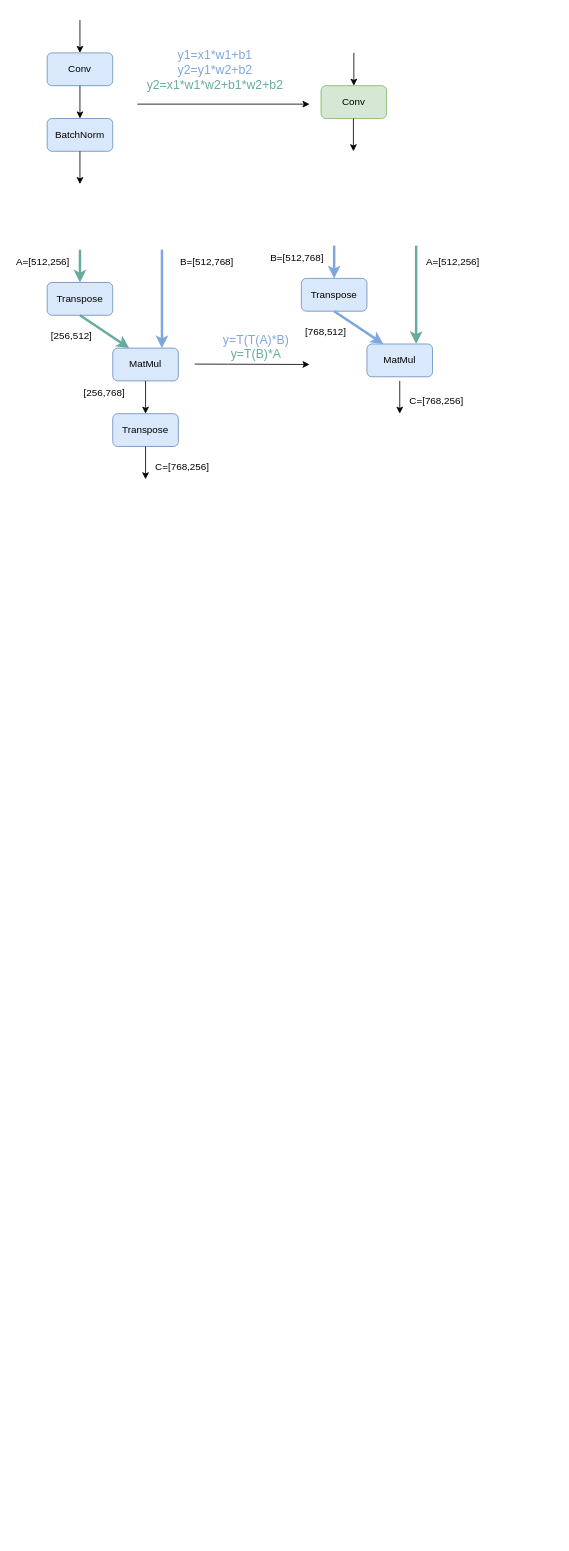
Before: 未命名绘图.drawio in hbwx24/draw.io, a draw.io diagram. Source tidied: cells renumbered, new cells numbered last; positions are measured from the earlier drawing's top-left corner, leaving out a move shared by most shapes. Both pictures are drawn from the tidied source at 82%, with x=0, y=0 at pixel (14, 20).
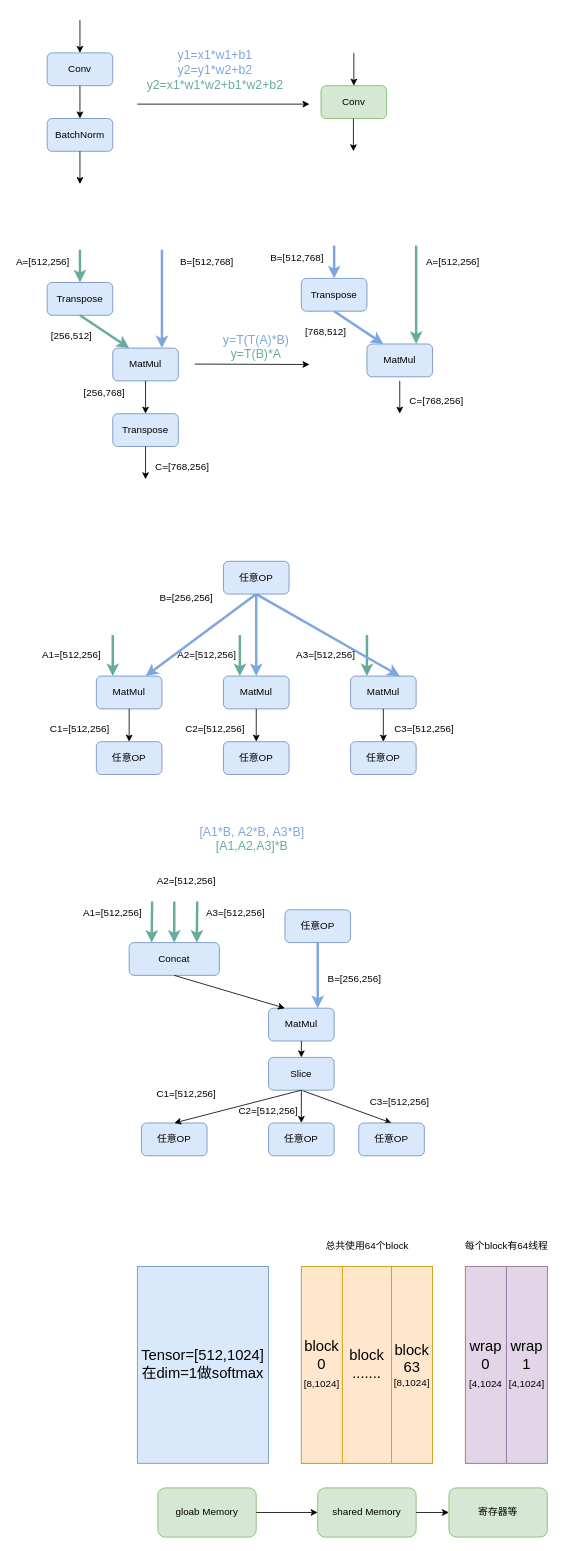
After the change.

Commit message (it also covers changes not shown here):
更新未命名绘图.drawio

Diff of the diagram source:
```diff
@@
+    <mxCell id="37" value="&lt;div style=&quot;font-size: 15px;&quot;&gt;&lt;font color=&quot;#7ea6e0&quot;&gt;[A1*B,&amp;nbsp;&lt;span style=&quot;background-color: initial;&quot;&gt;A2*B,&amp;nbsp;&lt;/span&gt;&lt;span style=&quot;background-color: initial;&quot;&gt;A3*B]&lt;/span&gt;&lt;/font&gt;&lt;/div&gt;&lt;div style=&quot;font-size: 15px;&quot;&gt;&lt;span style=&quot;background-color: initial;&quot;&gt;&lt;font color=&quot;#67ab9f&quot;&gt;[A1,A2,A3]*B&lt;/font&gt;&lt;/span&gt;&lt;/div&gt;" style="text;html=1;align=center;verticalAlign=middle;whiteSpace=wrap;rounded=0;" parent="1" vertex="1">
+      <mxGeometry x="195" y="960" width="190" height="75" as="geometry" />
+    </mxCell>
+    <mxCell id="38" style="group;" parent="1" vertex="1">
+      <mxGeometry x="30" y="660" width="510" height="260" as="geometry" />
+    </mxCell>
+    <mxCell id="39" value="MatMul" style="rounded=1;whiteSpace=wrap;html=1;fillColor=#dae8fc;strokeColor=#6c8ebf;" parent="38" vertex="1">
+      <mxGeometry x="70" y="140" width="80" height="40" as="geometry" />
+    </mxCell>
+    <mxCell id="40" style="endArrow=classic;html=1;rounded=0;entryX=0.25;entryY=0;entryDx=0;entryDy=0;strokeWidth=3;strokeColor=#67AB9F;" parent="38" edge="1" target="39">
+      <mxGeometry relative="1" as="geometry">
+        <mxPoint x="90" y="90" as="sourcePoint" />
+      </mxGeometry>
+    </mxCell>
+    <mxCell id="41" style="endArrow=classic;html=1;rounded=0;entryX=0.75;entryY=0;entryDx=0;entryDy=0;strokeWidth=3;strokeColor=#7EA6E0;exitX=0.5;exitY=1;exitDx=0;exitDy=0;" parent="38" edge="1" source="61" target="39">
+      <mxGeometry relative="1" as="geometry" />
+    </mxCell>
+    <mxCell id="42" value="A1=[512,256]" style="text;html=1;align=center;verticalAlign=middle;whiteSpace=wrap;rounded=0;" parent="38" vertex="1">
+      <mxGeometry y="100" width="80" height="30" as="geometry" />
+    </mxCell>
+    <mxCell id="43" value="B=[256,256]" style="text;html=1;align=center;verticalAlign=middle;whiteSpace=wrap;rounded=0;" parent="38" vertex="1">
+      <mxGeometry x="140" y="30" width="80" height="30" as="geometry" />
+    </mxCell>
+    <mxCell id="44" style="endArrow=classic;html=1;rounded=0;exitX=0.5;exitY=1;exitDx=0;exitDy=0;" parent="38" edge="1" source="39">
+      <mxGeometry relative="1" as="geometry">
+        <mxPoint x="110" y="220" as="targetPoint" />
+      </mxGeometry>
+    </mxCell>
+    <mxCell id="45" value="C1=[512,256]" style="text;html=1;align=center;verticalAlign=middle;whiteSpace=wrap;rounded=0;" parent="38" vertex="1">
+      <mxGeometry x="10" y="190" width="80" height="30" as="geometry" />
+    </mxCell>
+    <mxCell id="46" value="MatMul" style="rounded=1;whiteSpace=wrap;html=1;fillColor=#dae8fc;strokeColor=#6c8ebf;" parent="38" vertex="1">
+      <mxGeometry x="225" y="140" width="80" height="40" as="geometry" />
+    </mxCell>
+    <mxCell id="47" style="endArrow=classic;html=1;rounded=0;entryX=0.25;entryY=0;entryDx=0;entryDy=0;strokeWidth=3;strokeColor=#67AB9F;" parent="38" edge="1" target="46">
+      <mxGeometry relative="1" as="geometry">
+        <mxPoint x="245" y="90" as="sourcePoint" />
+      </mxGeometry>
+    </mxCell>
+    <mxCell id="48" style="endArrow=classic;html=1;rounded=0;strokeWidth=3;strokeColor=#7EA6E0;exitX=0.5;exitY=1;exitDx=0;exitDy=0;entryX=0.5;entryY=0;entryDx=0;entryDy=0;" parent="38" edge="1" source="61" target="46">
+      <mxGeometry relative="1" as="geometry" />
+    </mxCell>
+    <mxCell id="49" value="A2=[512,256]" style="text;html=1;align=center;verticalAlign=middle;whiteSpace=wrap;rounded=0;" parent="38" vertex="1">
+      <mxGeometry x="165" y="100" width="80" height="30" as="geometry" />
+    </mxCell>
+    <mxCell id="50" style="endArrow=classic;html=1;rounded=0;exitX=0.5;exitY=1;exitDx=0;exitDy=0;" parent="38" edge="1" source="46">
+      <mxGeometry relative="1" as="geometry">
+        <mxPoint x="265" y="220" as="targetPoint" />
+      </mxGeometry>
+    </mxCell>
+    <mxCell id="51" value="C2=[512,256]" style="text;html=1;align=center;verticalAlign=middle;whiteSpace=wrap;rounded=0;" parent="38" vertex="1">
+      <mxGeometry x="175" y="190" width="80" height="30" as="geometry" />
+    </mxCell>
+    <mxCell id="52" value="MatMul" style="rounded=1;whiteSpace=wrap;html=1;fillColor=#dae8fc;strokeColor=#6c8ebf;" parent="38" vertex="1">
+      <mxGeometry x="380" y="140" width="80" height="40" as="geometry" />
+    </mxCell>
+    <mxCell id="53" style="endArrow=classic;html=1;rounded=0;entryX=0.25;entryY=0;entryDx=0;entryDy=0;strokeWidth=3;strokeColor=#67AB9F;" parent="38" edge="1" target="52">
+      <mxGeometry relative="1" as="geometry">
+        <mxPoint x="400" y="90" as="sourcePoint" />
+      </mxGeometry>
+    </mxCell>
+    <mxCell id="54" style="endArrow=classic;html=1;rounded=0;entryX=0.75;entryY=0;entryDx=0;entryDy=0;strokeWidth=3;strokeColor=#7EA6E0;exitX=0.5;exitY=1;exitDx=0;exitDy=0;" parent="38" edge="1" source="61" target="52">
+      <mxGeometry relative="1" as="geometry" />
+    </mxCell>
+    <mxCell id="55" value="A3=[512,256]" style="text;html=1;align=center;verticalAlign=middle;whiteSpace=wrap;rounded=0;" parent="38" vertex="1">
+      <mxGeometry x="310" y="100" width="80" height="30" as="geometry" />
+    </mxCell>
+    <mxCell id="56" style="endArrow=classic;html=1;rounded=0;exitX=0.5;exitY=1;exitDx=0;exitDy=0;entryX=0.5;entryY=0;entryDx=0;entryDy=0;" parent="38" edge="1" source="52" target="60">
+      <mxGeometry relative="1" as="geometry" />
+    </mxCell>
+    <mxCell id="57" value="C3=[512,256]" style="text;html=1;align=center;verticalAlign=middle;whiteSpace=wrap;rounded=0;" parent="38" vertex="1">
+      <mxGeometry x="430" y="190" width="80" height="30" as="geometry" />
+    </mxCell>
+    <mxCell id="58" value="任意OP" style="rounded=1;whiteSpace=wrap;html=1;fillColor=#dae8fc;strokeColor=#6c8ebf;" parent="38" vertex="1">
+      <mxGeometry x="70" y="220" width="80" height="40" as="geometry" />
+    </mxCell>
+    <mxCell id="59" value="任意OP" style="rounded=1;whiteSpace=wrap;html=1;fillColor=#dae8fc;strokeColor=#6c8ebf;" parent="38" vertex="1">
+      <mxGeometry x="225" y="220" width="80" height="40" as="geometry" />
+    </mxCell>
+    <mxCell id="60" value="任意OP" style="rounded=1;whiteSpace=wrap;html=1;fillColor=#dae8fc;strokeColor=#6c8ebf;" parent="38" vertex="1">
+      <mxGeometry x="380" y="220" width="80" height="40" as="geometry" />
+    </mxCell>
+    <mxCell id="61" value="任意OP" style="rounded=1;whiteSpace=wrap;html=1;fillColor=#dae8fc;strokeColor=#6c8ebf;" parent="38" vertex="1">
+      <mxGeometry x="225" width="80" height="40" as="geometry" />
+    </mxCell>
+    <mxCell id="62" style="group;" parent="1" vertex="1">
+      <mxGeometry x="80" y="1035" width="430" height="350" as="geometry" />
+    </mxCell>
+    <mxCell id="63" value="Concat" style="rounded=1;whiteSpace=wrap;html=1;fillColor=#dae8fc;strokeColor=#6c8ebf;" parent="62" vertex="1">
+      <mxGeometry x="60" y="90" width="110" height="40" as="geometry" />
+    </mxCell>
+    <mxCell id="64" style="endArrow=classic;html=1;rounded=0;entryX=0.25;entryY=0;entryDx=0;entryDy=0;strokeWidth=3;strokeColor=#67AB9F;" parent="62" edge="1" target="63">
+      <mxGeometry relative="1" as="geometry">
+        <mxPoint x="88" y="40" as="sourcePoint" />
+      </mxGeometry>
+    </mxCell>
+    <mxCell id="65" value="A1=[512,256]" style="text;html=1;align=center;verticalAlign=middle;whiteSpace=wrap;rounded=0;" parent="62" vertex="1">
+      <mxGeometry y="39" width="80" height="30" as="geometry" />
+    </mxCell>
+    <mxCell id="66" value="B=[256,256]" style="text;html=1;align=center;verticalAlign=middle;whiteSpace=wrap;rounded=0;" parent="62" vertex="1">
+      <mxGeometry x="295" y="120" width="80" height="30" as="geometry" />
+    </mxCell>
+    <mxCell id="67" value="C1=[512,256]" style="text;html=1;align=center;verticalAlign=middle;whiteSpace=wrap;rounded=0;" parent="62" vertex="1">
+      <mxGeometry x="90" y="260" width="80" height="30" as="geometry" />
+    </mxCell>
+    <mxCell id="68" style="endArrow=classic;html=1;rounded=0;entryX=0.5;entryY=0;entryDx=0;entryDy=0;strokeWidth=3;strokeColor=#67AB9F;" parent="62" edge="1" target="63">
+      <mxGeometry relative="1" as="geometry">
+        <mxPoint x="115" y="40" as="sourcePoint" />
+      </mxGeometry>
+    </mxCell>
+    <mxCell id="69" value="A2=[512,256]" style="text;html=1;align=center;verticalAlign=middle;whiteSpace=wrap;rounded=0;" parent="62" vertex="1">
+      <mxGeometry x="90" width="80" height="30" as="geometry" />
+    </mxCell>
+    <mxCell id="70" style="endArrow=classic;html=1;rounded=0;exitX=0.5;exitY=1;exitDx=0;exitDy=0;entryX=0.5;entryY=0;entryDx=0;entryDy=0;" parent="62" edge="1" source="82" target="78">
+      <mxGeometry relative="1" as="geometry" />
+    </mxCell>
+    <mxCell id="71" value="C2=[512,256]" style="text;html=1;align=center;verticalAlign=middle;whiteSpace=wrap;rounded=0;" parent="62" vertex="1">
+      <mxGeometry x="190" y="280" width="80" height="30" as="geometry" />
+    </mxCell>
+    <mxCell id="72" style="endArrow=classic;html=1;rounded=0;strokeWidth=3;strokeColor=#67AB9F;entryX=0.75;entryY=0;entryDx=0;entryDy=0;" parent="62" edge="1" target="63">
+      <mxGeometry relative="1" as="geometry">
+        <mxPoint x="143" y="40" as="sourcePoint" />
+      </mxGeometry>
+    </mxCell>
+    <mxCell id="73" style="endArrow=classic;html=1;rounded=0;entryX=0.75;entryY=0;entryDx=0;entryDy=0;strokeWidth=3;strokeColor=#7EA6E0;exitX=0.5;exitY=1;exitDx=0;exitDy=0;" parent="62" edge="1" source="80" target="81">
+      <mxGeometry relative="1" as="geometry" />
+    </mxCell>
+    <mxCell id="74" value="A3=[512,256]" style="text;html=1;align=center;verticalAlign=middle;whiteSpace=wrap;rounded=0;" parent="62" vertex="1">
+      <mxGeometry x="150" y="39" width="80" height="30" as="geometry" />
+    </mxCell>
+    <mxCell id="75" style="endArrow=classic;html=1;rounded=0;exitX=0.5;exitY=1;exitDx=0;exitDy=0;entryX=0.5;entryY=0;entryDx=0;entryDy=0;" parent="62" edge="1" source="82" target="79">
+      <mxGeometry relative="1" as="geometry" />
+    </mxCell>
+    <mxCell id="76" value="C3=[512,256]" style="text;html=1;align=center;verticalAlign=middle;whiteSpace=wrap;rounded=0;" parent="62" vertex="1">
+      <mxGeometry x="350" y="270" width="80" height="30" as="geometry" />
+    </mxCell>
+    <mxCell id="77" value="任意OP" style="rounded=1;whiteSpace=wrap;html=1;fillColor=#dae8fc;strokeColor=#6c8ebf;" parent="62" vertex="1">
+      <mxGeometry x="75" y="310" width="80" height="40" as="geometry" />
+    </mxCell>
+    <mxCell id="78" value="任意OP" style="rounded=1;whiteSpace=wrap;html=1;fillColor=#dae8fc;strokeColor=#6c8ebf;" parent="62" vertex="1">
+      <mxGeometry x="230" y="310" width="80" height="40" as="geometry" />
+    </mxCell>
+    <mxCell id="79" value="任意OP" style="rounded=1;whiteSpace=wrap;html=1;fillColor=#dae8fc;strokeColor=#6c8ebf;" parent="62" vertex="1">
+      <mxGeometry x="340" y="310" width="80" height="40" as="geometry" />
+    </mxCell>
+    <mxCell id="80" value="任意OP" style="rounded=1;whiteSpace=wrap;html=1;fillColor=#dae8fc;strokeColor=#6c8ebf;" parent="62" vertex="1">
+      <mxGeometry x="250" y="50" width="80" height="40" as="geometry" />
+    </mxCell>
+    <mxCell id="81" value="MatMul" style="rounded=1;whiteSpace=wrap;html=1;fillColor=#dae8fc;strokeColor=#6c8ebf;" parent="62" vertex="1">
+      <mxGeometry x="230" y="170" width="80" height="40" as="geometry" />
+    </mxCell>
+    <mxCell id="82" value="Slice" style="rounded=1;whiteSpace=wrap;html=1;fillColor=#dae8fc;strokeColor=#6c8ebf;" parent="62" vertex="1">
+      <mxGeometry x="230" y="230" width="80" height="40" as="geometry" />
+    </mxCell>
+    <mxCell id="83" style="endArrow=classic;html=1;rounded=0;exitX=0.5;exitY=1;exitDx=0;exitDy=0;entryX=0.25;entryY=0;entryDx=0;entryDy=0;" parent="62" edge="1" source="63" target="81">
+      <mxGeometry relative="1" as="geometry" />
+    </mxCell>
+    <mxCell id="84" style="endArrow=classic;html=1;rounded=0;exitX=0.5;exitY=1;exitDx=0;exitDy=0;entryX=0.5;entryY=0;entryDx=0;entryDy=0;" parent="62" edge="1" source="81" target="82">
+      <mxGeometry relative="1" as="geometry" />
+    </mxCell>
+    <mxCell id="85" style="endArrow=classic;html=1;rounded=0;entryX=0.5;entryY=0;entryDx=0;entryDy=0;" parent="62" edge="1" target="77">
+      <mxGeometry relative="1" as="geometry">
+        <mxPoint x="270" y="270" as="sourcePoint" />
+      </mxGeometry>
+    </mxCell>
+    <mxCell id="86" style="group;" parent="1" vertex="1">
+      <mxGeometry x="150" y="1480" width="510" height="370" as="geometry" />
+    </mxCell>
+    <mxCell id="87" value="&lt;font style=&quot;font-size: 18px;&quot;&gt;Tensor=[512,1024]&lt;/font&gt;&lt;div style=&quot;font-size: 18px;&quot;&gt;&lt;font style=&quot;font-size: 18px;&quot;&gt;在dim=1做softmax&lt;/font&gt;&lt;/div&gt;" style="rounded=0;whiteSpace=wrap;html=1;fillColor=#dae8fc;strokeColor=#6c8ebf;" parent="86" vertex="1">
+      <mxGeometry y="40" width="160" height="240" as="geometry" />
+    </mxCell>
+    <mxCell id="88" style="rounded=0;whiteSpace=wrap;html=1;fillColor=#dae8fc;strokeColor=#6c8ebf;" parent="86" vertex="1">
+      <mxGeometry x="200" y="40" width="160" height="240" as="geometry" />
+    </mxCell>
+    <mxCell id="89" value="&lt;font style=&quot;font-size: 18px;&quot;&gt;block&lt;/font&gt;&lt;div style=&quot;font-size: 18px;&quot;&gt;&lt;font style=&quot;font-size: 18px;&quot;&gt;0&lt;/font&gt;&lt;/div&gt;&lt;div style=&quot;font-size: 18px;&quot;&gt;&lt;font style=&quot;font-size: 18px;&quot;&gt;&lt;span style=&quot;font-size: 12px;&quot;&gt;[8,1024]&lt;/span&gt;&lt;br&gt;&lt;/font&gt;&lt;/div&gt;" style="rounded=0;whiteSpace=wrap;html=1;fillColor=#ffe6cc;strokeColor=#d79b00;" parent="86" vertex="1">
+      <mxGeometry x="200" y="40" width="50" height="240" as="geometry" />
+    </mxCell>
+    <mxCell id="90" value="&lt;font style=&quot;font-size: 18px;&quot;&gt;block&lt;/font&gt;&lt;div style=&quot;font-size: 18px;&quot;&gt;&lt;font style=&quot;font-size: 18px;&quot;&gt;63&lt;/font&gt;&lt;/div&gt;&lt;div style=&quot;&quot;&gt;&lt;font style=&quot;font-size: 12px;&quot;&gt;[8,1024]&lt;/font&gt;&lt;/div&gt;" style="rounded=0;whiteSpace=wrap;html=1;fillColor=#ffe6cc;strokeColor=#d79b00;" parent="86" vertex="1">
+      <mxGeometry x="310" y="40" width="50" height="240" as="geometry" />
+    </mxCell>
+    <mxCell id="91" value="&lt;font style=&quot;font-size: 18px;&quot;&gt;block&lt;/font&gt;&lt;div style=&quot;font-size: 18px;&quot;&gt;&lt;font style=&quot;font-size: 18px;&quot;&gt;.......&lt;/font&gt;&lt;/div&gt;" style="rounded=0;whiteSpace=wrap;html=1;fillColor=#ffe6cc;strokeColor=#d79b00;" parent="86" vertex="1">
+      <mxGeometry x="250" y="40" width="60" height="240" as="geometry" />
+    </mxCell>
+    <mxCell id="92" value="&lt;div style=&quot;font-size: 18px;&quot;&gt;&lt;br&gt;&lt;/div&gt;" style="rounded=0;whiteSpace=wrap;html=1;fillColor=#ffe6cc;strokeColor=#d79b00;" parent="86" vertex="1">
+      <mxGeometry x="400" y="40" width="100" height="240" as="geometry" />
+    </mxCell>
+    <mxCell id="93" value="&lt;span style=&quot;font-size: 18px;&quot;&gt;wrap&lt;/span&gt;&lt;br&gt;&lt;div style=&quot;font-size: 18px;&quot;&gt;1&lt;/div&gt;&lt;div style=&quot;font-size: 18px;&quot;&gt;&lt;span style=&quot;font-size: 12px;&quot;&gt;[4,1024]&lt;/span&gt;&lt;br&gt;&lt;/div&gt;" style="rounded=0;whiteSpace=wrap;html=1;fillColor=#e1d5e7;strokeColor=#9673a6;" parent="86" vertex="1">
+      <mxGeometry x="450" y="40" width="50" height="240" as="geometry" />
+    </mxCell>
+    <mxCell id="94" value="gloab Memory" style="rounded=1;whiteSpace=wrap;html=1;fillColor=#d5e8d4;strokeColor=#82b366;" parent="86" vertex="1">
+      <mxGeometry x="25" y="310" width="120" height="60" as="geometry" />
+    </mxCell>
+    <mxCell id="95" value="shared Memory" style="rounded=1;whiteSpace=wrap;html=1;fillColor=#d5e8d4;strokeColor=#82b366;" parent="86" vertex="1">
+      <mxGeometry x="220" y="310" width="120" height="60" as="geometry" />
+    </mxCell>
+    <mxCell id="96" value="寄存器等" style="rounded=1;whiteSpace=wrap;html=1;fillColor=#d5e8d4;strokeColor=#82b366;" parent="86" vertex="1">
+      <mxGeometry x="380" y="310" width="120" height="60" as="geometry" />
+    </mxCell>
+    <mxCell id="97" style="endArrow=classic;html=1;rounded=0;entryX=0;entryY=0.5;entryDx=0;entryDy=0;exitX=1;exitY=0.5;exitDx=0;exitDy=0;" parent="86" edge="1" source="94" target="95">
+      <mxGeometry relative="1" as="geometry" />
+    </mxCell>
+    <mxCell id="98" style="endArrow=classic;html=1;rounded=0;entryX=0;entryY=0.5;entryDx=0;entryDy=0;exitX=1;exitY=0.5;exitDx=0;exitDy=0;" parent="86" edge="1" source="95" target="96">
+      <mxGeometry relative="1" as="geometry" />
+    </mxCell>
+    <mxCell id="99" value="&lt;span style=&quot;font-size: 18px;&quot;&gt;wrap&lt;/span&gt;&lt;div&gt;&lt;span style=&quot;font-size: 18px;&quot;&gt;0&lt;br&gt;&lt;/span&gt;&lt;div style=&quot;font-size: 18px;&quot;&gt;&lt;span style=&quot;font-size: 12px;&quot;&gt;[4,1024&lt;/span&gt;&lt;br&gt;&lt;/div&gt;&lt;/div&gt;" style="rounded=0;whiteSpace=wrap;html=1;fillColor=#e1d5e7;strokeColor=#9673a6;" parent="86" vertex="1">
+      <mxGeometry x="400" y="40" width="50" height="240" as="geometry" />
+    </mxCell>
+    <mxCell id="100" value="总共使用64个block" style="text;html=1;align=center;verticalAlign=middle;strokeColor=none;fillColor=none;" parent="86" vertex="1">
+      <mxGeometry x="220" width="120" height="30" as="geometry" />
+    </mxCell>
+    <mxCell id="101" value="每个block有64线程" style="text;html=1;align=center;verticalAlign=middle;strokeColor=none;fillColor=none;" parent="86" vertex="1">
+      <mxGeometry x="390" width="120" height="30" as="geometry" />
+    </mxCell>
```
